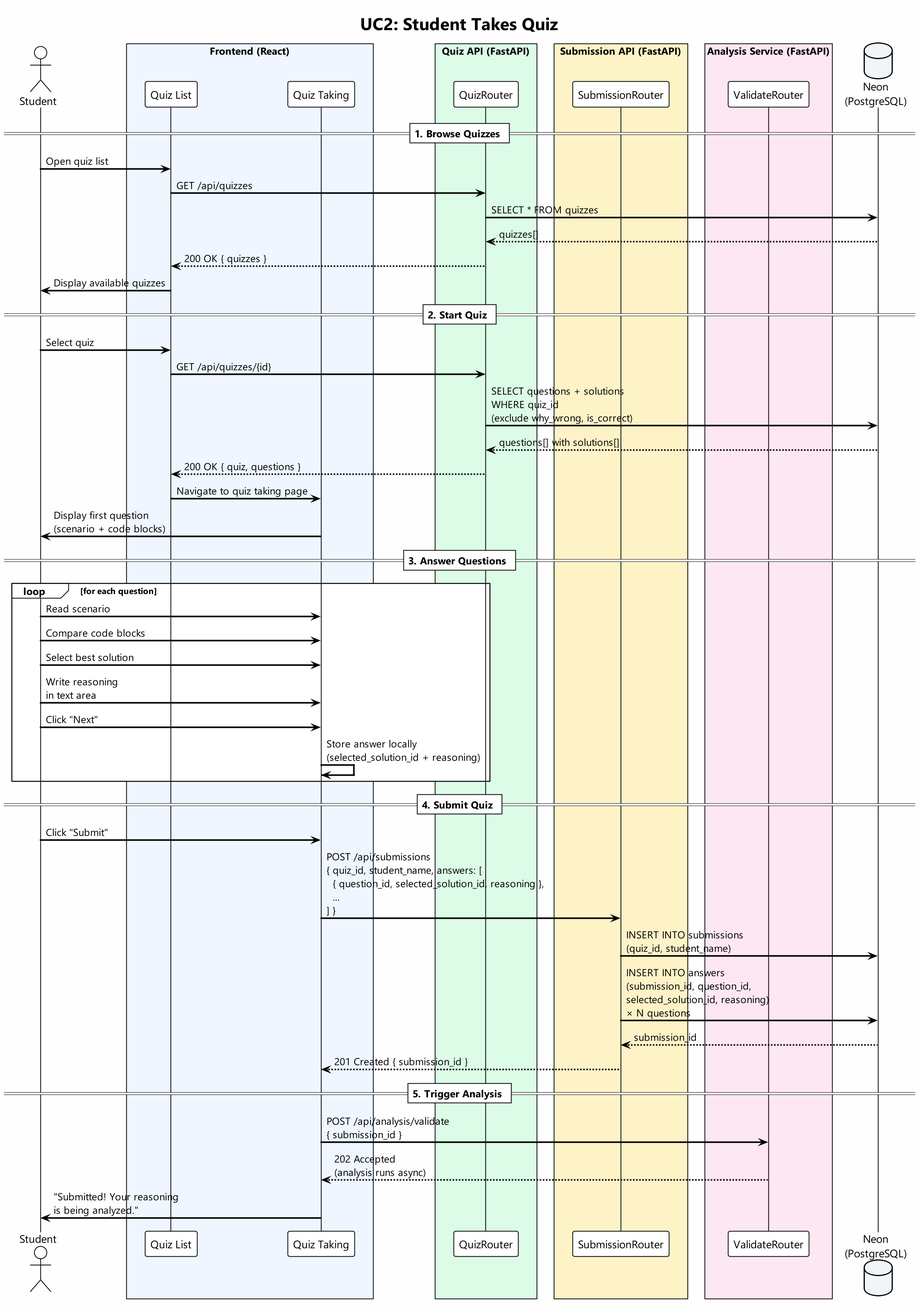
Earlier version of the PlantUML export docs/sequence-student-takes-quiz.png (SRESamuel/ConHaccMania). The source it was exported from:
```plantuml
@startuml Student Takes Quiz
scale 2
!theme plain
skinparam backgroundColor #FEFEFE
skinparam defaultFontName "Segoe UI"
skinparam shadowing false
skinparam sequenceArrowThickness 2
skinparam participantPadding 20
skinparam boxPadding 10

title UC2: Student Takes Quiz

actor Student as S
box "Frontend (React)" #EFF6FF
  participant "Quiz List" as QL
  participant "Quiz Taking" as QT
end box
box "Quiz API (FastAPI)" #DCFCE7
  participant "QuizRouter" as QR
end box
box "Submission API (FastAPI)" #FEF3C7
  participant "SubmissionRouter" as SR
end box
box "Analysis Service (FastAPI)" #FCE7F3
  participant "ValidateRouter" as VR
end box
database "Neon\n(PostgreSQL)" as DB #F1F5F9

== 1. Browse Quizzes ==

S -> QL : Open quiz list
QL -> QR : GET /api/quizzes
QR -> DB : SELECT * FROM quizzes
DB --> QR : quizzes[]
QR --> QL : 200 OK { quizzes }
QL -> S : Display available quizzes

== 2. Start Quiz ==

S -> QL : Select quiz
QL -> QR : GET /api/quizzes/{id}
QR -> DB : SELECT questions + solutions\nWHERE quiz_id\n(exclude why_wrong, is_correct)
DB --> QR : questions[] with solutions[]
QR --> QL : 200 OK { quiz, questions }
QL -> QT : Navigate to quiz taking page
QT -> S : Display first question\n(scenario + code blocks)

== 3. Answer Questions ==

loop for each question
  S -> QT : Read scenario
  S -> QT : Compare code blocks
  S -> QT : Select best solution
  S -> QT : Write reasoning\nin text area
  S -> QT : Click "Next"
  QT -> QT : Store answer locally\n(selected_solution_id + reasoning)
end

== 4. Submit Quiz ==

S -> QT : Click "Submit"
QT -> SR : POST /api/submissions\n{ quiz_id, student_name, answers: [\n  { question_id, selected_solution_id, reasoning },\n  ...\n] }
SR -> DB : INSERT INTO submissions\n(quiz_id, student_name)
SR -> DB : INSERT INTO answers\n(submission_id, question_id,\nselected_solution_id, reasoning)\n× N questions
DB --> SR : submission_id
SR --> QT : 201 Created { submission_id }

== 5. Trigger Analysis ==

QT -> VR : POST /api/analysis/validate\n{ submission_id }
VR --> QT : 202 Accepted\n(analysis runs async)
QT -> S : "Submitted! Your reasoning\nis being analyzed."

@enduml
```
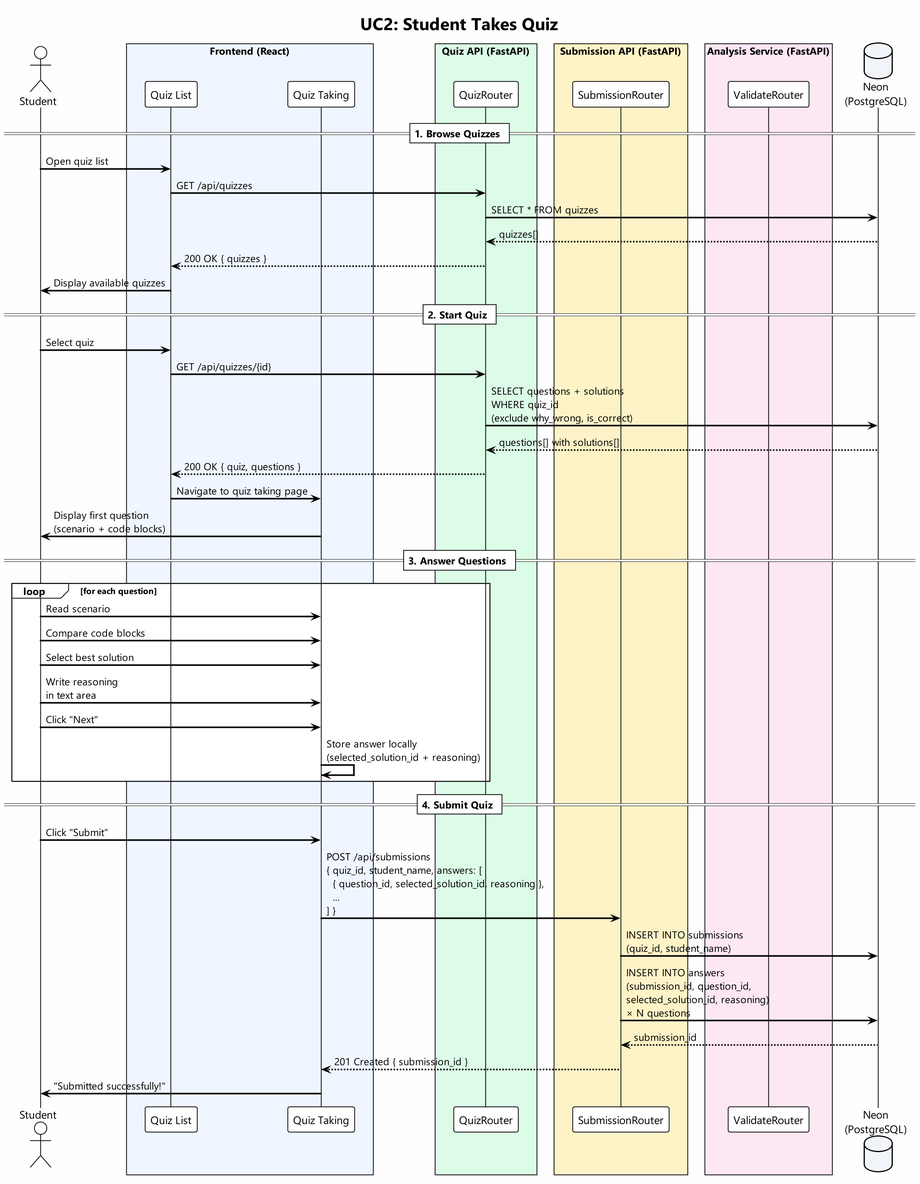
Above is the later version.

Commit message:
docs: Update UC2/UC3 — analysis is instructor-triggered

What changed in the source:
```diff
@@ -64,11 +64,6 @@
 SR -> DB : INSERT INTO answers\n(submission_id, question_id,\nselected_solution_id, reasoning)\n× N questions
 DB --> SR : submission_id
 SR --> QT : 201 Created { submission_id }
-
-== 5. Trigger Analysis ==
-
-QT -> VR : POST /api/analysis/validate\n{ submission_id }
-VR --> QT : 202 Accepted\n(analysis runs async)
-QT -> S : "Submitted! Your reasoning\nis being analyzed."
+QT -> S : "Submitted successfully!"
 
 @enduml
```
